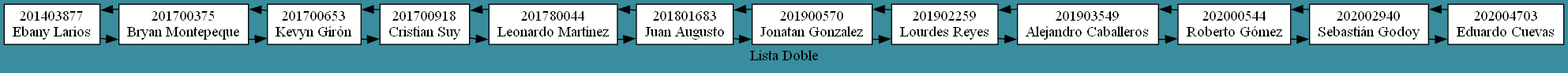
Before: EDD_Proyecto1_Fase1/lista.png, a diagram exported from Graphviz (RamiroTelles/EDD_1S2023_PY_202010044). Its source is kept beside it as EDD_Proyecto1_Fase1/lista.dot.
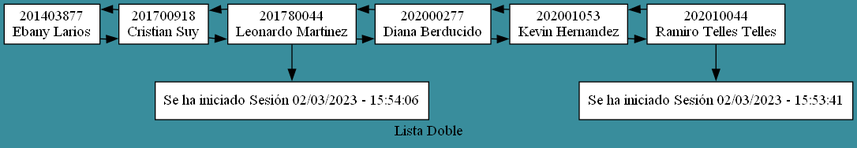
Later version of the same file.

The edit, as a diff of the source:
```diff
@@ -6,50 +6,28 @@
 Ebany Larios", group=0];
 
 
-B1[label="201700375
-Bryan Montepeque", group=1];
+B1[label="201700918
+Cristian Suy", group=1];
 
 
-B2[label="201700653
-Kevyn Girón", group=2];
+B2[label="201780044
+Leonardo Martinez", group=2];
 
 
-B3[label="201700918
-Cristian Suy", group=3];
+P20[label="Se ha iniciado Sesión 02/03/2023 - 15:54:06", group=2];
+B3[label="202000277
+Diana Berducido", group=3];
 
 
-B4[label="201780044
-Leonardo Martinez", group=4];
+B4[label="202001053
+Kevin Hernandez", group=4];
 
 
-B5[label="201801683
-Juan Augusto", group=5];
+B5[label="202010044
+Ramiro Telles Telles", group=5];
 
 
-B6[label="201900570
-Jonatan Gonzalez", group=6];
-
-
-B7[label="201902259
-Lourdes Reyes", group=7];
-
-
-B8[label="201903549
-Alejandro Caballeros", group=8];
-
-
-B9[label="202000544
-Roberto Gómez", group=9];
-
-
-B10[label="202002940
-Sebastián Godoy", group=10];
-
-
-B11[label="202004703
-Eduardo Cuevas", group=11];
-
-
+P50[label="Se ha iniciado Sesión 02/03/2023 - 15:53:41", group=5];
 
 
 B0-> B1
@@ -57,20 +35,8 @@
 B2-> B3
 B3-> B4
 B4-> B5
-B5-> B6
-B6-> B7
-B7-> B8
-B8-> B9
-B9-> B10
-B10-> B11
 
 
-B11-> B10
-B10-> B9
-B9-> B8
-B8-> B7
-B7-> B6
-B6-> B5
 B5-> B4
 B4-> B3
 B3-> B2
@@ -78,8 +44,10 @@
 B1-> B0
 
 
+B2-> P20
+B5-> P50
 
 
 
-{rank=same;B0;B1;B2;B3;B4;B5;B6;B7;B8;B9;B10;B11;};
+{rank=same;B0;B1;B2;B3;B4;B5;};
 }
```
